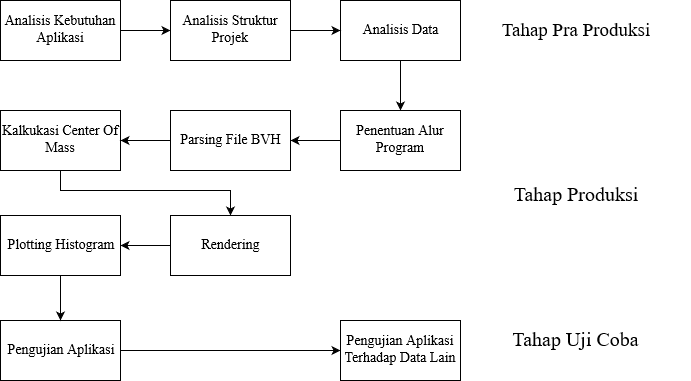
Above: flowchart/kerangka_penelitian.png in denilson020898/Penulisan (draw.io), before the change. Source tidied: cells renumbered, new cells last; positions are measured from the earlier drawing's top-left corner, leaving out a move shared by most shapes.
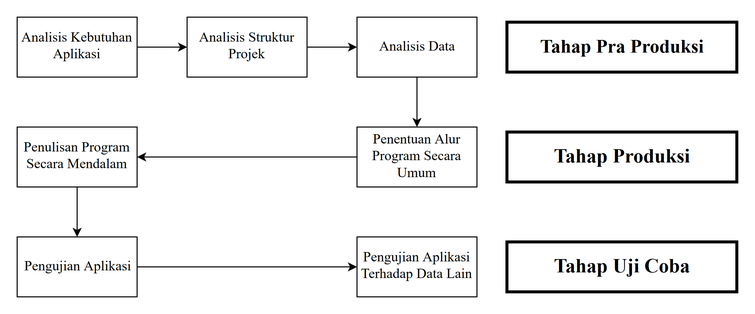
The same file after the commit.

The edit, as a diff of the source:
```diff
@@ -20,58 +20,35 @@
     <mxCell id="7" value="Analisis Struktur Projek" style="rounded=0;whiteSpace=wrap;html=1;fontFamily=Times New Roman;fontSize=14;" parent="1" vertex="1">
       <mxGeometry x="170" width="120" height="60" as="geometry" />
     </mxCell>
-    <mxCell id="8" style="edgeStyle=orthogonalEdgeStyle;rounded=0;jettySize=auto;html=1;exitX=0;exitY=0.5;exitDx=0;exitDy=0;entryX=1;entryY=0.5;entryDx=0;entryDy=0;" parent="1" edge="1" source="9" target="19">
-      <mxGeometry relative="1" as="geometry" />
-    </mxCell>
+    <mxCell id="24" style="edgeStyle=orthogonalEdgeStyle;rounded=0;jettySize=auto;html=1;exitX=0;exitY=0.5;exitDx=0;exitDy=0;entryX=1;entryY=0.5;entryDx=0;entryDy=0;" parent="1" edge="1" source="9" target="11">
+      <mxGeometry relative="1" as="geometry" />
+    </mxCell>
-    <mxCell id="9" value="Penentuan Alur Program" style="rounded=0;whiteSpace=wrap;html=1;fontFamily=Times New Roman;fontSize=14;" parent="1" vertex="1">
+    <mxCell id="9" value="Penentuan Alur Program Secara Umum" style="rounded=0;whiteSpace=wrap;html=1;fontFamily=Times New Roman;fontSize=14;" parent="1" vertex="1">
       <mxGeometry x="340" y="110" width="120" height="60" as="geometry" />
     </mxCell>
-    <mxCell id="10" style="edgeStyle=orthogonalEdgeStyle;rounded=0;jettySize=auto;html=1;entryX=0.5;entryY=0;entryDx=0;entryDy=0;" parent="1" edge="1" source="11" target="21">
-      <mxGeometry relative="1" as="geometry">
-        <Array as="points">
-          <mxPoint x="60" y="190" />
-          <mxPoint x="230" y="190" />
-        </Array>
-      </mxGeometry>
-    </mxCell>
+    <mxCell id="25" style="edgeStyle=orthogonalEdgeStyle;rounded=0;jettySize=auto;html=1;exitX=0.5;exitY=1;exitDx=0;exitDy=0;" parent="1" edge="1" source="11" target="13">
+      <mxGeometry relative="1" as="geometry" />
+    </mxCell>
-    <mxCell id="11" value="Kalkukasi Center Of Mass" style="rounded=0;whiteSpace=wrap;html=1;fontFamily=Times New Roman;fontSize=14;" parent="1" vertex="1">
+    <mxCell id="11" value="Penulisan Program Secara Mendalam" style="rounded=0;whiteSpace=wrap;html=1;fontFamily=Times New Roman;fontSize=14;" parent="1" vertex="1">
       <mxGeometry y="110" width="120" height="60" as="geometry" />
     </mxCell>
     <mxCell id="12" style="edgeStyle=orthogonalEdgeStyle;rounded=0;jettySize=auto;html=1;exitX=1;exitY=0.5;exitDx=0;exitDy=0;entryX=0;entryY=0.5;entryDx=0;entryDy=0;" parent="1" edge="1" source="13" target="14">
       <mxGeometry relative="1" as="geometry" />
     </mxCell>
     <mxCell id="13" value="Pengujian Aplikasi" style="rounded=0;whiteSpace=wrap;html=1;fontFamily=Times New Roman;fontSize=14;" parent="1" vertex="1">
-      <mxGeometry y="320" width="120" height="60" as="geometry" />
+      <mxGeometry y="220" width="120" height="60" as="geometry" />
     </mxCell>
     <mxCell id="14" value="Pengujian Aplikasi Terhadap Data Lain" style="rounded=0;whiteSpace=wrap;html=1;fontFamily=Times New Roman;fontSize=14;" parent="1" vertex="1">
-      <mxGeometry x="340" y="320" width="120" height="60" as="geometry" />
+      <mxGeometry x="340" y="220" width="120" height="60" as="geometry" />
     </mxCell>
-    <mxCell id="15" value="&lt;font style=&quot;font-size: 19px&quot;&gt;Tahap Pra Produksi&lt;/font&gt;" style="text;html=1;strokeColor=none;fillColor=none;align=center;verticalAlign=middle;whiteSpace=wrap;rounded=0;fontFamily=Times New Roman;" parent="1" vertex="1">
-      <mxGeometry x="460" y="5" width="230" height="50" as="geometry" />
+    <mxCell id="15" value="&lt;b&gt;&lt;font style=&quot;font-size: 19px&quot;&gt;Tahap Pra Produksi&lt;/font&gt;&lt;/b&gt;" style="text;html=1;strokeColor=#000000;fillColor=none;align=center;verticalAlign=middle;whiteSpace=wrap;rounded=0;fontFamily=Times New Roman;strokeWidth=3;" parent="1" vertex="1">
+      <mxGeometry x="490" y="5" width="230" height="50" as="geometry" />
     </mxCell>
-    <mxCell id="16" value="&lt;font style=&quot;font-size: 20px&quot;&gt;Tahap Produksi&lt;/font&gt;" style="text;html=1;strokeColor=none;fillColor=none;align=center;verticalAlign=middle;whiteSpace=wrap;rounded=0;fontFamily=Times New Roman;" parent="1" vertex="1">
-      <mxGeometry x="460" y="170" width="230" height="50" as="geometry" />
+    <mxCell id="16" value="&lt;b&gt;&lt;font style=&quot;font-size: 20px&quot;&gt;Tahap Produksi&lt;/font&gt;&lt;/b&gt;" style="text;html=1;strokeColor=#000000;fillColor=none;align=center;verticalAlign=middle;whiteSpace=wrap;rounded=0;fontFamily=Times New Roman;strokeWidth=3;" parent="1" vertex="1">
+      <mxGeometry x="490" y="115" width="230" height="50" as="geometry" />
     </mxCell>
-    <mxCell id="17" value="&lt;font style=&quot;font-size: 20px&quot;&gt;Tahap Uji Coba&lt;/font&gt;" style="text;html=1;strokeColor=none;fillColor=none;align=center;verticalAlign=middle;whiteSpace=wrap;rounded=0;fontFamily=Times New Roman;" parent="1" vertex="1">
-      <mxGeometry x="460" y="315" width="230" height="50" as="geometry" />
+    <mxCell id="17" value="&lt;b&gt;&lt;font style=&quot;font-size: 20px&quot;&gt;Tahap Uji Coba&lt;/font&gt;&lt;/b&gt;" style="text;html=1;strokeColor=#000000;fillColor=none;align=center;verticalAlign=middle;whiteSpace=wrap;rounded=0;fontFamily=Times New Roman;strokeWidth=3;" parent="1" vertex="1">
+      <mxGeometry x="490" y="225" width="230" height="50" as="geometry" />
     </mxCell>
-    <mxCell id="18" style="edgeStyle=orthogonalEdgeStyle;rounded=0;jettySize=auto;html=1;entryX=1;entryY=0.5;entryDx=0;entryDy=0;" parent="1" edge="1" source="19" target="11">
-      <mxGeometry relative="1" as="geometry" />
-    </mxCell>
-    <mxCell id="19" value="Parsing File BVH" style="rounded=0;whiteSpace=wrap;html=1;fontFamily=Times New Roman;fontSize=14;" parent="1" vertex="1">
-      <mxGeometry x="170" y="110" width="120" height="60" as="geometry" />
-    </mxCell>
-    <mxCell id="20" style="edgeStyle=orthogonalEdgeStyle;rounded=0;jettySize=auto;html=1;entryX=1;entryY=0.5;entryDx=0;entryDy=0;" parent="1" edge="1" source="21" target="23">
-      <mxGeometry relative="1" as="geometry" />
-    </mxCell>
-    <mxCell id="21" value="Rendering" style="rounded=0;whiteSpace=wrap;html=1;fontFamily=Times New Roman;fontSize=14;" parent="1" vertex="1">
-      <mxGeometry x="170" y="215" width="120" height="60" as="geometry" />
-    </mxCell>
-    <mxCell id="22" style="edgeStyle=orthogonalEdgeStyle;rounded=0;jettySize=auto;html=1;" parent="1" edge="1" source="23" target="13">
-      <mxGeometry relative="1" as="geometry" />
-    </mxCell>
-    <mxCell id="23" value="Plotting Histogram" style="rounded=0;whiteSpace=wrap;html=1;fontFamily=Times New Roman;fontSize=14;" parent="1" vertex="1">
-      <mxGeometry y="215" width="120" height="60" as="geometry" />
-    </mxCell>
   </root>
 </mxGraphModel>
```
